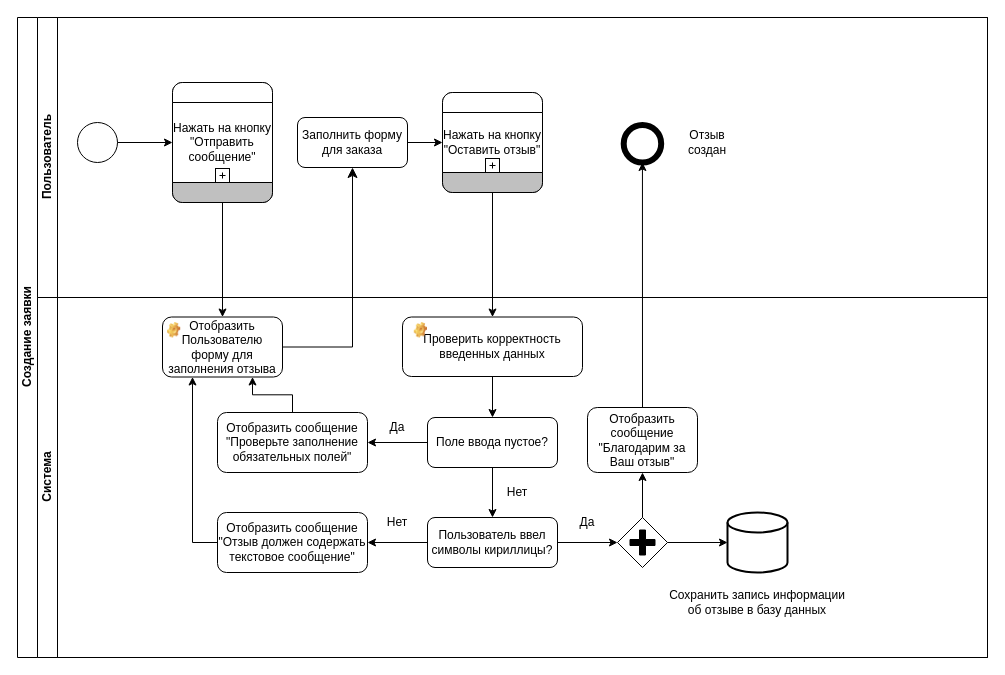
Before: use case 2.drawio in pytonuserouner/UML_study, a draw.io diagram. Source tidied: cells renumbered, new cells numbered last; positions are measured from the earlier drawing's top-left corner, leaving out a move shared by most shapes. Both pictures are drawn from the tidied source at 100%, with x=0, y=0 at pixel (17, 17).
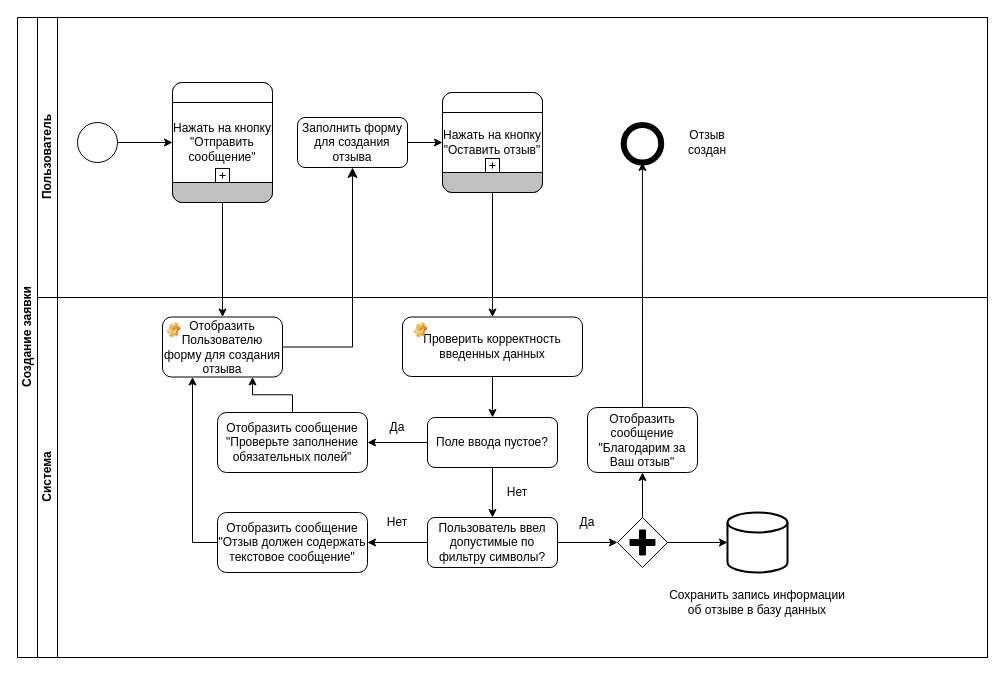
Above is the later version.

Unchanged cells that the change refers to:
```xml
<mxCell id="3" value="Пользователь" style="swimlane;html=1;startSize=20;horizontal=0;" parent="2" vertex="1">
  <mxGeometry x="20" width="950" height="280" as="geometry" />
</mxCell>
<mxCell id="20" value="Система" style="swimlane;html=1;startSize=20;horizontal=0;" parent="2" vertex="1">
  <mxGeometry x="20" y="280" width="950" height="360" as="geometry" />
</mxCell>
```

Diff of the diagram source:
```diff
@@
-    <mxCell id="6" value="Заполнить форму для заказа" style="rounded=1;whiteSpace=wrap;html=1;" parent="3" vertex="1">
+    <mxCell id="6" value="Заполнить форму для создания отзыва" style="rounded=1;whiteSpace=wrap;html=1;" parent="3" vertex="1">
       <mxGeometry x="260" y="100" width="110" height="50" as="geometry" />
     </mxCell>
@@
-    <mxCell id="21" value="Отобразить Пользователю форму для заполнения отзыва" style="rounded=1;whiteSpace=wrap;html=1;" parent="20" vertex="1">
+    <mxCell id="21" value="Отобразить Пользователю форму для создания отзыва" style="rounded=1;whiteSpace=wrap;html=1;" parent="20" vertex="1">
       <mxGeometry x="125" y="19.5" width="120" height="60" as="geometry" />
     </mxCell>
@@
-    <mxCell id="39" value="Пользователь ввел символы кириллицы?" style="rounded=1;whiteSpace=wrap;html=1;" parent="20" vertex="1">
+    <mxCell id="39" value="Пользователь ввел допустимые по фильтру символы?" style="rounded=1;whiteSpace=wrap;html=1;" parent="20" vertex="1">
       <mxGeometry x="390" y="220" width="130" height="50" as="geometry" />
     </mxCell>
```
